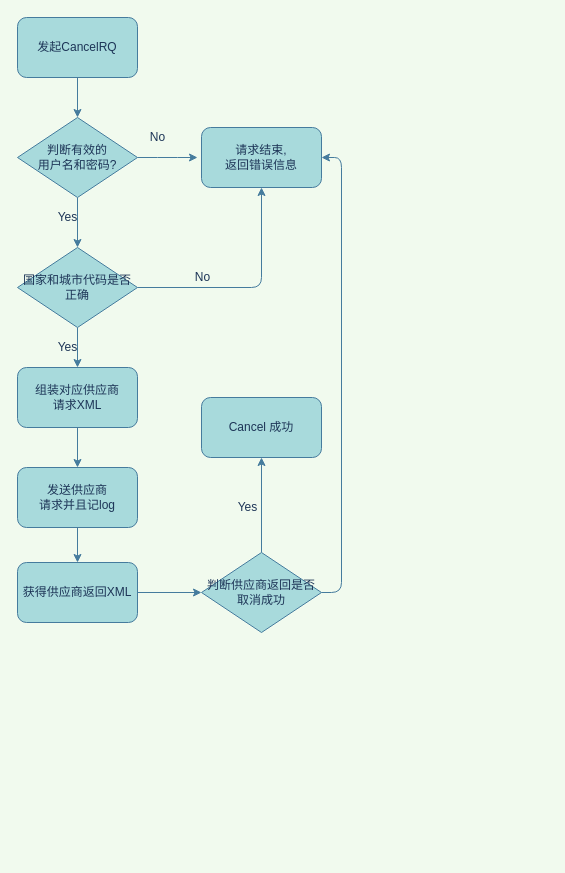
tencal/21baobao keeps this draw.io diagram as HotelAvailRQ.drawio. Above is the earlier version. Source tidied: cells renumbered, new cells numbered last; positions are measured from the earlier drawing's top-left corner, leaving out a move shared by most shapes. Both pictures are drawn from the tidied source at 100%, with x=0, y=0 at pixel (17, 17).
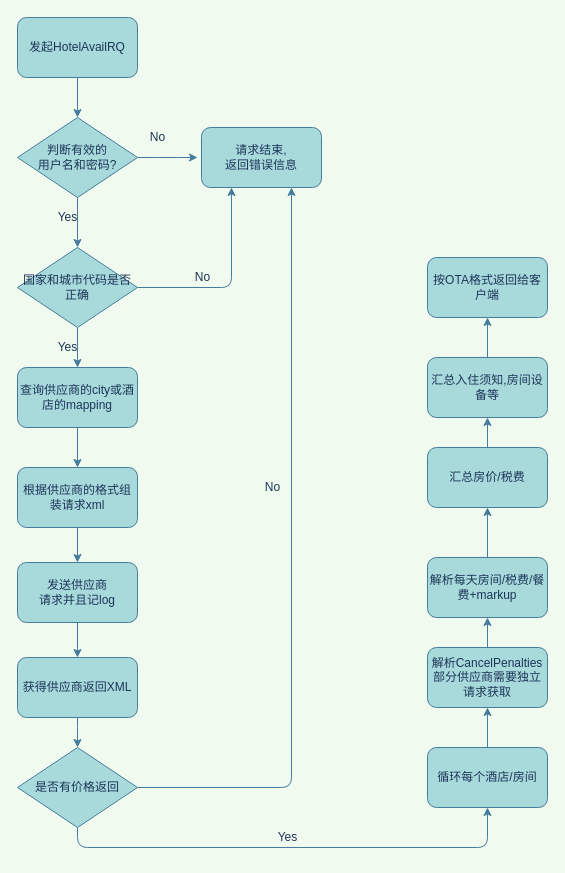
The same page after the edit.

The change refers to these unchanged cells:
```xml
<mxCell id="7" value="请求结束,&lt;br&gt;返回错误信息" style="rounded=1;whiteSpace=wrap;html=1;sketch=0;strokeColor=#457B9D;fillColor=#A8DADC;fontColor=#1D3557;" parent="1" vertex="1">
  <mxGeometry x="184" y="110" width="120" height="60" as="geometry" />
</mxCell>
<mxCell id="10" value="国家和城市代码是否正确" style="rhombus;whiteSpace=wrap;html=1;rounded=0;sketch=0;strokeColor=#457B9D;fillColor=#A8DADC;fontColor=#1D3557;" parent="1" vertex="1">
  <mxGeometry y="230" width="120" height="80" as="geometry" />
</mxCell>
```

The edit, as a diff of the source:
```diff
@@
-    <mxCell id="3" value="发起CancelRQ" style="rounded=1;whiteSpace=wrap;html=1;sketch=0;strokeColor=#457B9D;fillColor=#A8DADC;fontColor=#1D3557;" parent="1" vertex="1">
+    <mxCell id="3" value="发起HotelAvailRQ" style="rounded=1;whiteSpace=wrap;html=1;sketch=0;strokeColor=#457B9D;fillColor=#A8DADC;fontColor=#1D3557;" parent="1" vertex="1">
       <mxGeometry width="120" height="60" as="geometry" />
     </mxCell>
@@
-    <mxCell id="9" style="edgeStyle=orthogonalEdgeStyle;curved=0;rounded=1;sketch=0;jettySize=auto;html=1;exitX=1;exitY=0.5;exitDx=0;exitDy=0;entryX=0.5;entryY=1;entryDx=0;entryDy=0;strokeColor=#457B9D;fillColor=#A8DADC;fontColor=#1D3557;" parent="1" edge="1" source="10" target="7">
+    <mxCell id="9" style="edgeStyle=orthogonalEdgeStyle;curved=0;rounded=1;sketch=0;jettySize=auto;html=1;exitX=1;exitY=0.5;exitDx=0;exitDy=0;entryX=0.25;entryY=1;entryDx=0;entryDy=0;strokeColor=#457B9D;fillColor=#A8DADC;fontColor=#1D3557;" parent="1" edge="1" source="10" target="7">
       <mxGeometry relative="1" as="geometry" />
     </mxCell>
@@
-    <mxCell id="11" style="edgeStyle=orthogonalEdgeStyle;curved=0;rounded=1;sketch=0;jettySize=auto;html=1;exitX=0.5;exitY=1;exitDx=0;exitDy=0;entryX=0.5;entryY=0;entryDx=0;entryDy=0;strokeColor=#457B9D;fillColor=#A8DADC;fontColor=#1D3557;" parent="1" edge="1" source="12" target="14">
+    <mxCell id="11" style="edgeStyle=orthogonalEdgeStyle;curved=0;rounded=1;sketch=0;jettySize=auto;html=1;exitX=0.5;exitY=1;exitDx=0;exitDy=0;entryX=0.5;entryY=0;entryDx=0;entryDy=0;strokeColor=#457B9D;fillColor=#A8DADC;fontColor=#1D3557;" parent="1" edge="1" source="12" target="28">
       <mxGeometry relative="1" as="geometry" />
     </mxCell>
-    <mxCell id="12" value="组装对应供应商&lt;br&gt;请求XML" style="rounded=1;whiteSpace=wrap;html=1;sketch=0;strokeColor=#457B9D;fillColor=#A8DADC;fontColor=#1D3557;" parent="1" vertex="1">
+    <mxCell id="12" value="查询供应商的city或酒店的mapping" style="rounded=1;whiteSpace=wrap;html=1;sketch=0;strokeColor=#457B9D;fillColor=#A8DADC;fontColor=#1D3557;" parent="1" vertex="1">
       <mxGeometry y="350" width="120" height="60" as="geometry" />
     </mxCell>
@@
     <mxCell id="14" value="发送供应商&lt;br&gt;请求并且记log" style="rounded=1;whiteSpace=wrap;html=1;sketch=0;strokeColor=#457B9D;fillColor=#A8DADC;fontColor=#1D3557;" parent="1" vertex="1">
-      <mxGeometry y="450" width="120" height="60" as="geometry" />
+      <mxGeometry y="545" width="120" height="60" as="geometry" />
     </mxCell>
-    <mxCell id="15" style="edgeStyle=orthogonalEdgeStyle;curved=0;rounded=1;sketch=0;jettySize=auto;html=1;exitX=1;exitY=0.5;exitDx=0;exitDy=0;strokeColor=#457B9D;fillColor=#A8DADC;fontColor=#1D3557;" parent="1" edge="1" source="16" target="19">
+    <mxCell id="15" style="edgeStyle=orthogonalEdgeStyle;curved=0;rounded=1;sketch=0;jettySize=auto;html=1;exitX=0.5;exitY=1;exitDx=0;exitDy=0;strokeColor=#457B9D;fillColor=#A8DADC;fontColor=#1D3557;" parent="1" edge="1" source="16" target="19">
       <mxGeometry relative="1" as="geometry" />
     </mxCell>
     <mxCell id="16" value="获得供应商返回XML" style="rounded=1;whiteSpace=wrap;html=1;sketch=0;strokeColor=#457B9D;fillColor=#A8DADC;fontColor=#1D3557;" parent="1" vertex="1">
-      <mxGeometry y="545" width="120" height="60" as="geometry" />
+      <mxGeometry y="640" width="120" height="60" as="geometry" />
     </mxCell>
-    <mxCell id="17" style="edgeStyle=orthogonalEdgeStyle;curved=0;rounded=1;sketch=0;jettySize=auto;html=1;exitX=0.5;exitY=0;exitDx=0;exitDy=0;entryX=0.5;entryY=1;entryDx=0;entryDy=0;strokeColor=#457B9D;fillColor=#A8DADC;fontColor=#1D3557;" parent="1" edge="1" source="19" target="20">
-      <mxGeometry relative="1" as="geometry" />
-    </mxCell>
-    <mxCell id="18" style="edgeStyle=orthogonalEdgeStyle;curved=0;rounded=1;sketch=0;jettySize=auto;html=1;exitX=1;exitY=0.5;exitDx=0;exitDy=0;entryX=1;entryY=0.5;entryDx=0;entryDy=0;strokeColor=#457B9D;fillColor=#A8DADC;fontColor=#1D3557;" parent="1" edge="1" source="19" target="7">
+    <mxCell id="18" style="edgeStyle=orthogonalEdgeStyle;curved=0;rounded=1;sketch=0;jettySize=auto;html=1;exitX=1;exitY=0.5;exitDx=0;exitDy=0;entryX=0.75;entryY=1;entryDx=0;entryDy=0;strokeColor=#457B9D;fillColor=#A8DADC;fontColor=#1D3557;" parent="1" edge="1" source="19" target="7">
       <mxGeometry relative="1" as="geometry" />
     </mxCell>
+    <mxCell id="26" style="edgeStyle=orthogonalEdgeStyle;curved=0;rounded=1;sketch=0;jettySize=auto;html=1;exitX=0.5;exitY=1;exitDx=0;exitDy=0;entryX=0.5;entryY=1;entryDx=0;entryDy=0;strokeColor=#457B9D;fillColor=#A8DADC;fontColor=#1D3557;" parent="1" edge="1" source="19" target="31">
+      <mxGeometry relative="1" as="geometry" />
+    </mxCell>
-    <mxCell id="19" value="判断供应商返回是否取消成功" style="rhombus;whiteSpace=wrap;html=1;rounded=0;sketch=0;strokeColor=#457B9D;fillColor=#A8DADC;fontColor=#1D3557;" parent="1" vertex="1">
-      <mxGeometry x="184" y="535" width="120" height="80" as="geometry" />
+    <mxCell id="19" value="是否有价格返回" style="rhombus;whiteSpace=wrap;html=1;rounded=0;sketch=0;strokeColor=#457B9D;fillColor=#A8DADC;fontColor=#1D3557;" parent="1" vertex="1">
+      <mxGeometry y="730" width="120" height="80" as="geometry" />
     </mxCell>
-    <mxCell id="20" value="Cancel 成功" style="rounded=1;whiteSpace=wrap;html=1;sketch=0;strokeColor=#457B9D;fillColor=#A8DADC;fontColor=#1D3557;" parent="1" vertex="1">
-      <mxGeometry x="184" y="380" width="120" height="60" as="geometry" />
+    <mxCell id="20" value="按OTA格式返回给客户端" style="rounded=1;whiteSpace=wrap;html=1;sketch=0;strokeColor=#457B9D;fillColor=#A8DADC;fontColor=#1D3557;" parent="1" vertex="1">
+      <mxGeometry x="410" y="240" width="120" height="60" as="geometry" />
     </mxCell>
@@
+    <mxCell id="27" style="edgeStyle=orthogonalEdgeStyle;curved=0;rounded=1;sketch=0;jettySize=auto;html=1;exitX=0.5;exitY=1;exitDx=0;exitDy=0;entryX=0.5;entryY=0;entryDx=0;entryDy=0;strokeColor=#457B9D;fillColor=#A8DADC;fontColor=#1D3557;" parent="1" edge="1" source="28" target="14">
+      <mxGeometry relative="1" as="geometry" />
+    </mxCell>
+    <mxCell id="28" value="根据供应商的格式组装请求xml" style="rounded=1;whiteSpace=wrap;html=1;sketch=0;strokeColor=#457B9D;fillColor=#A8DADC;fontColor=#1D3557;" parent="1" vertex="1">
+      <mxGeometry y="450" width="120" height="60" as="geometry" />
+    </mxCell>
+    <mxCell id="29" value="No" style="text;html=1;align=center;verticalAlign=middle;fontColor=#1D3557;" parent="1" vertex="1">
+      <mxGeometry x="240" y="460" width="30" height="20" as="geometry" />
+    </mxCell>
+    <mxCell id="30" style="edgeStyle=orthogonalEdgeStyle;curved=0;rounded=1;sketch=0;jettySize=auto;html=1;exitX=0.5;exitY=0;exitDx=0;exitDy=0;entryX=0.5;entryY=1;entryDx=0;entryDy=0;strokeColor=#457B9D;fillColor=#A8DADC;fontColor=#1D3557;" parent="1" edge="1" source="31" target="33">
+      <mxGeometry relative="1" as="geometry" />
+    </mxCell>
+    <mxCell id="31" value="循环每个酒店/房间" style="rounded=1;whiteSpace=wrap;html=1;sketch=0;strokeColor=#457B9D;fillColor=#A8DADC;fontColor=#1D3557;" parent="1" vertex="1">
+      <mxGeometry x="410" y="730" width="120" height="60" as="geometry" />
+    </mxCell>
+    <mxCell id="32" style="edgeStyle=orthogonalEdgeStyle;curved=0;rounded=1;sketch=0;jettySize=auto;html=1;exitX=0.5;exitY=0;exitDx=0;exitDy=0;entryX=0.5;entryY=1;entryDx=0;entryDy=0;strokeColor=#457B9D;fillColor=#A8DADC;fontColor=#1D3557;" parent="1" edge="1" source="33" target="35">
+      <mxGeometry relative="1" as="geometry" />
+    </mxCell>
+    <mxCell id="33" value="解析CancelPenalties&lt;br&gt;部分供应商需要独立请求获取" style="rounded=1;whiteSpace=wrap;html=1;sketch=0;strokeColor=#457B9D;fillColor=#A8DADC;fontColor=#1D3557;" parent="1" vertex="1">
+      <mxGeometry x="410" y="630" width="120" height="60" as="geometry" />
+    </mxCell>
+    <mxCell id="34" style="edgeStyle=orthogonalEdgeStyle;curved=0;rounded=1;sketch=0;jettySize=auto;html=1;exitX=0.5;exitY=0;exitDx=0;exitDy=0;entryX=0.5;entryY=1;entryDx=0;entryDy=0;strokeColor=#457B9D;fillColor=#A8DADC;fontColor=#1D3557;" parent="1" edge="1" source="35" target="37">
+      <mxGeometry relative="1" as="geometry" />
+    </mxCell>
+    <mxCell id="35" value="解析每天房间/税费/餐费+markup" style="rounded=1;whiteSpace=wrap;html=1;sketch=0;strokeColor=#457B9D;fillColor=#A8DADC;fontColor=#1D3557;" parent="1" vertex="1">
+      <mxGeometry x="410" y="540" width="120" height="60" as="geometry" />
+    </mxCell>
+    <mxCell id="36" style="edgeStyle=orthogonalEdgeStyle;curved=0;rounded=1;sketch=0;jettySize=auto;html=1;exitX=0.5;exitY=0;exitDx=0;exitDy=0;entryX=0.5;entryY=1;entryDx=0;entryDy=0;strokeColor=#457B9D;fillColor=#A8DADC;fontColor=#1D3557;" parent="1" edge="1" source="37" target="39">
+      <mxGeometry relative="1" as="geometry" />
+    </mxCell>
+    <mxCell id="37" value="汇总房价/税费" style="rounded=1;whiteSpace=wrap;html=1;sketch=0;strokeColor=#457B9D;fillColor=#A8DADC;fontColor=#1D3557;" parent="1" vertex="1">
+      <mxGeometry x="410" y="430" width="120" height="60" as="geometry" />
+    </mxCell>
+    <mxCell id="38" style="edgeStyle=orthogonalEdgeStyle;curved=0;rounded=1;sketch=0;jettySize=auto;html=1;exitX=0.5;exitY=0;exitDx=0;exitDy=0;entryX=0.5;entryY=1;entryDx=0;entryDy=0;strokeColor=#457B9D;fillColor=#A8DADC;fontColor=#1D3557;" parent="1" edge="1" source="39" target="20">
+      <mxGeometry relative="1" as="geometry" />
+    </mxCell>
+    <mxCell id="39" value="汇总入住须知,房间设备等" style="rounded=1;whiteSpace=wrap;html=1;sketch=0;strokeColor=#457B9D;fillColor=#A8DADC;fontColor=#1D3557;" parent="1" vertex="1">
+      <mxGeometry x="410" y="340" width="120" height="60" as="geometry" />
+    </mxCell>
     <mxCell id="25" value="Yes" style="text;html=1;align=center;verticalAlign=middle;fontColor=#1D3557;" parent="1" vertex="1">
-      <mxGeometry x="210" y="480" width="40" height="20" as="geometry" />
+      <mxGeometry x="250" y="810" width="40" height="20" as="geometry" />
     </mxCell>
```
